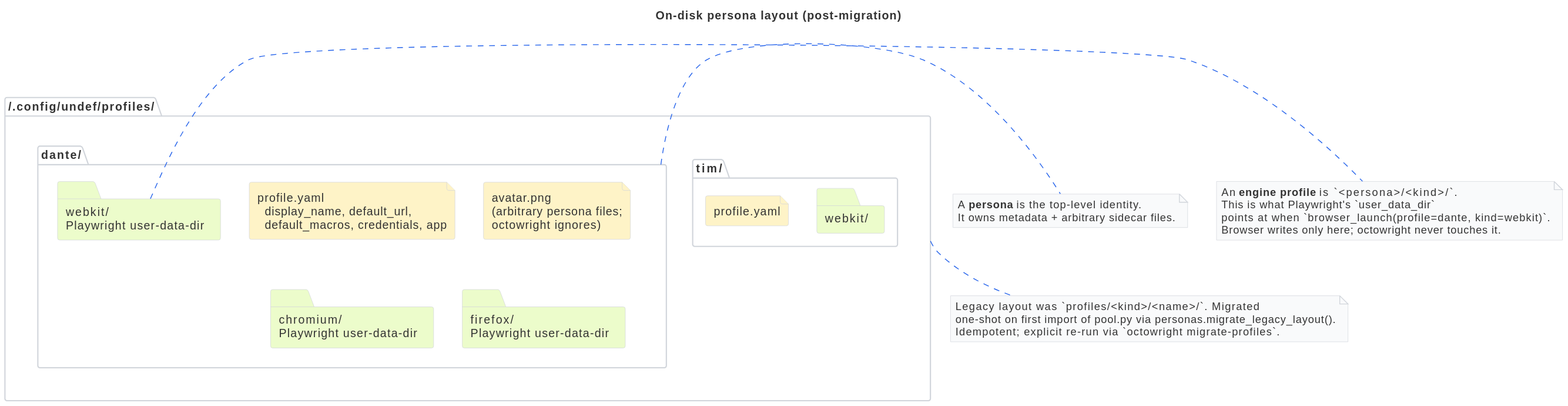
The PlantUML diagram docs/architecture/persona-layout.svg in livingstaccato/octowright, before a commit. Its source is kept beside it as docs/architecture/persona-layout.puml. Source of this version:
```plantuml
@startuml persona-layout
title On-disk persona layout (post-migration)

skinparam backgroundColor #ffffff
skinparam defaultFontColor #333333
skinparam folderBackgroundColor #ecfccb
skinparam folderBorderColor #d1d5db
skinparam fileBackgroundColor #fef3c7
skinparam fileBorderColor #d1d5db
skinparam packageBackgroundColor #ffffff
skinparam packageBorderColor #d1d5db
skinparam arrowColor #2563eb
skinparam noteBorderColor #d1d5db
skinparam noteBackgroundColor #f9fafb

folder "~/.config/undef/profiles/" as ROOT {
  folder "dante/" as DANTE {
    file "profile.yaml\n  display_name, default_url,\n  default_macros, credentials, app" as DY
    file "avatar.png\n(arbitrary persona files;\noctowright ignores)" as DA
    folder "webkit/\nPlaywright user-data-dir" as DW
    folder "chromium/\nPlaywright user-data-dir" as DC
    folder "firefox/\nPlaywright user-data-dir" as DF
  }

  folder "tim/" as TIM {
    file "profile.yaml" as TY
    folder "webkit/" as TW
  }
}

note right of DANTE
  A **persona** is the top-level identity.
  It owns metadata + arbitrary sidecar files.
end note

note right of DW
  An **engine profile** is `<persona>/<kind>/`.
  This is what Playwright's `user_data_dir`
  points at when `browser_launch(profile=dante, kind=webkit)`.
  Browser writes only here; octowright never touches it.
end note

note bottom of ROOT
  Legacy layout was `profiles/<kind>/<name>/`. Migrated
  one-shot on first import of pool.py via personas.migrate_legacy_layout().
  Idempotent; explicit re-run via `octowright migrate-profiles`.
end note

@enduml
```
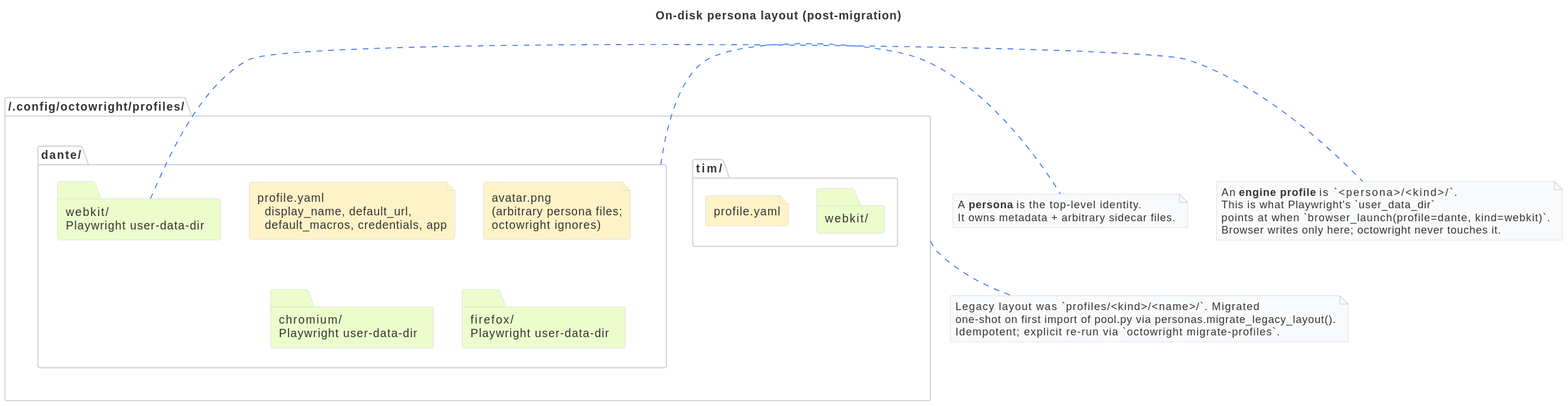
After the commit.

Change to the diagram source:
```diff
@@ -13,7 +13,7 @@
 skinparam noteBorderColor #d1d5db
 skinparam noteBackgroundColor #f9fafb
 
-folder "~/.config/undef/profiles/" as ROOT {
+folder "~/.config/octowright/profiles/" as ROOT {
   folder "dante/" as DANTE {
     file "profile.yaml\n  display_name, default_url,\n  default_macros, credentials, app" as DY
     file "avatar.png\n(arbitrary persona files;\noctowright ignores)" as DA
```
